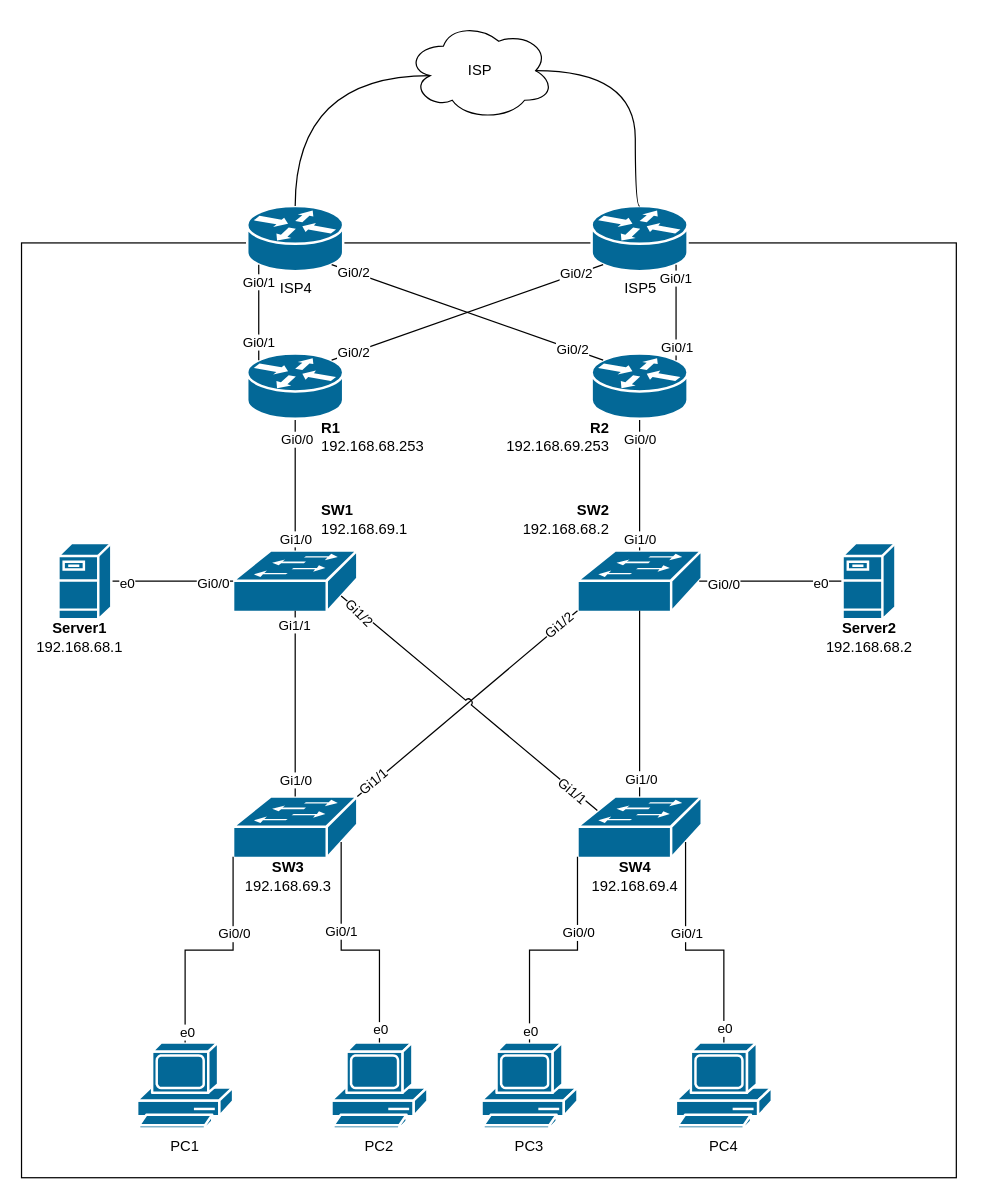
hubert-nitka/monitoring-dashboard keeps this draw.io diagram as page "Site1" (3 of 6) of network-documentation/network-diagram.drawio. Above is the earlier version. Source tidied: cells renumbered, new cells numbered last; positions are measured from the earlier drawing's top-left corner, leaving out a move shared by most shapes. Both pictures are drawn from the tidied source at 123%, with x=0, y=0 at pixel (21, 21).
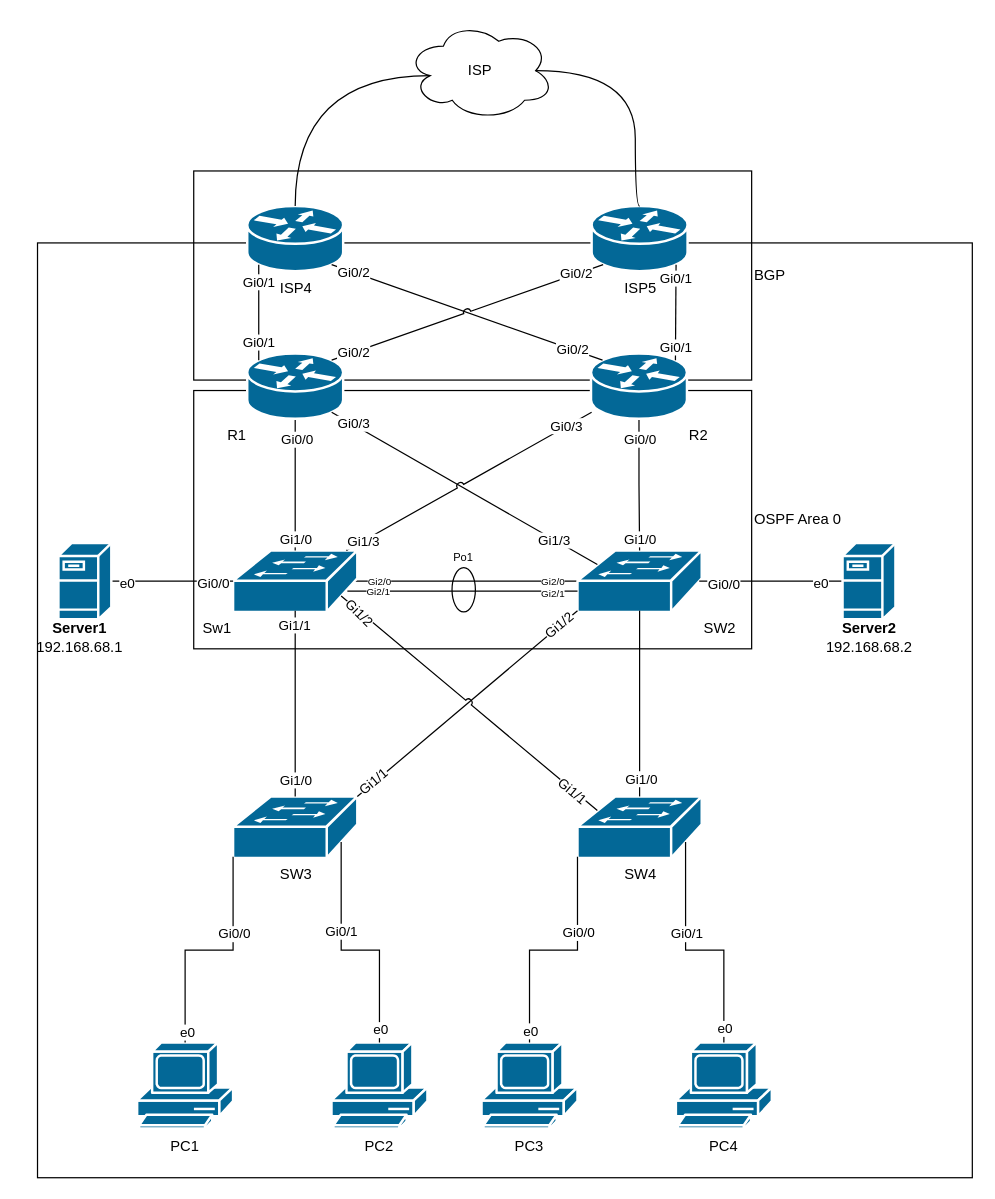
The same page after the edit.

The change refers to these unchanged cells:
```xml
<mxCell id="63" value="ISP5" style="strokeColor=#ffffff;sketch=0;html=1;dashed=0;fillColor=#036897;strokeWidth=2;verticalLabelPosition=bottom;verticalAlign=top;align=center;outlineConnect=0;shape=mxgraph.cisco.routers.router;" parent="1" vertex="1">
  <mxGeometry x="463.5" y="150" width="78" height="53" as="geometry" />
</mxCell>
```

What changed in the source:
```diff
@@
+    <mxCell id="80" value="OSPF Area 0" style="whiteSpace=wrap;html=1;labelPosition=right;verticalLabelPosition=middle;align=left;verticalAlign=middle;fillColor=light-dark(#FFFFFF,#006600);" parent="1" vertex="1">
+      <mxGeometry x="140" y="300" width="453.6" height="210" as="geometry" />
+    </mxCell>
+    <mxCell id="81" value="BGP" style="whiteSpace=wrap;html=1;fillColor=light-dark(#FFFFFF,#003366);labelPosition=right;verticalLabelPosition=middle;align=left;verticalAlign=middle;" parent="1" vertex="1">
+      <mxGeometry x="140" y="121.5" width="453.6" height="170" as="geometry" />
+    </mxCell>
     <mxCell id="2" style="rounded=0;whiteSpace=wrap;html=1;fillColor=none;strokeColor=light-dark(#000000,#00FFFF);" parent="1" vertex="1">
-      <mxGeometry y="180" width="760" height="760" as="geometry" />
+      <mxGeometry x="13" y="180" width="760" height="760" as="geometry" />
     </mxCell>
+    <mxCell id="82" value="Po1" style="ellipse;whiteSpace=wrap;html=1;fillColor=none;labelPosition=center;verticalLabelPosition=top;align=center;verticalAlign=bottom;fontSize=9;" parent="1" vertex="1">
+      <mxGeometry x="350" y="444" width="19" height="36" as="geometry" />
+    </mxCell>
+    <mxCell id="83" style="edgeStyle=orthogonalEdgeStyle;rounded=0;jettySize=auto;html=1;exitX=0.98;exitY=0.5;exitDx=0;exitDy=0;exitPerimeter=0;endArrow=none;endFill=0;" parent="1" edge="1" source="3" target="8">
+      <mxGeometry relative="1" as="geometry" />
+    </mxCell>
+    <mxCell id="84" value="Gi2/0" style="edgeLabel;html=1;align=center;verticalAlign=middle;fontSize=8;" parent="83" vertex="1">
+      <mxGeometry x="-0.88" relative="1" as="geometry">
+        <mxPoint x="9" as="offset" />
+      </mxGeometry>
+    </mxCell>
+    <mxCell id="85" value="Gi2/0" style="edgeLabel;html=1;align=center;verticalAlign=middle;fontSize=8;" parent="83" vertex="1">
+      <mxGeometry x="0.78" relative="1" as="geometry" />
+    </mxCell>
-    <mxCell id="3" style="strokeColor=#ffffff;sketch=0;html=1;dashed=0;fillColor=#036897;strokeWidth=2;verticalLabelPosition=bottom;verticalAlign=top;align=center;outlineConnect=0;shape=mxgraph.cisco.switches.workgroup_switch;" parent="1" vertex="1">
+    <mxCell id="3" value="Sw1" style="strokeColor=#ffffff;sketch=0;html=1;dashed=0;fillColor=#036897;strokeWidth=2;verticalLabelPosition=bottom;verticalAlign=top;align=right;outlineConnect=0;shape=mxgraph.cisco.switches.workgroup_switch;labelPosition=left;points=[[0,0.5,0,0,0],[0,0.98,0,0,0],[0.16,0.23,0,0,0],[0.5,0,0,0,0],[0.5,0.98,0,0,0],[0.87,0.74,0,0,0],[0.92,0.66,0,0,0],[0.98,0.5,0,0,0],[1,0,0,0,0]];" parent="1" vertex="1">
       <mxGeometry x="172" y="430" width="101" height="50" as="geometry" />
     </mxCell>
@@
-    <mxCell id="8" style="strokeColor=#ffffff;sketch=0;html=1;dashed=0;fillColor=#036897;strokeWidth=2;verticalLabelPosition=bottom;verticalAlign=top;align=center;outlineConnect=0;shape=mxgraph.cisco.switches.workgroup_switch;" parent="1" vertex="1">
+    <mxCell id="8" value="SW2" style="strokeColor=#ffffff;sketch=0;html=1;dashed=0;fillColor=#036897;strokeWidth=2;verticalLabelPosition=bottom;verticalAlign=top;align=left;outlineConnect=0;shape=mxgraph.cisco.switches.workgroup_switch;labelPosition=right;points=[[0,0.5,0,0,0],[0,0.66,0,0,0],[0,0.98,0,0,0],[0.16,0.23,0,0,0],[0.5,0,0,0,0],[0.5,0.98,0,0,0],[0.87,0.74,0,0,0],[0.98,0.5,0,0,0],[1,0,0,0,0]];" parent="1" vertex="1">
       <mxGeometry x="452" y="430" width="101" height="50" as="geometry" />
     </mxCell>
-    <mxCell id="9" style="strokeColor=#ffffff;sketch=0;html=1;dashed=0;fillColor=#036897;strokeWidth=2;verticalLabelPosition=bottom;verticalAlign=top;align=center;outlineConnect=0;shape=mxgraph.cisco.switches.workgroup_switch;" parent="1" vertex="1">
+    <mxCell id="9" value="SW3" style="strokeColor=#ffffff;sketch=0;html=1;dashed=0;fillColor=#036897;strokeWidth=2;verticalLabelPosition=bottom;verticalAlign=top;align=center;outlineConnect=0;shape=mxgraph.cisco.switches.workgroup_switch;" parent="1" vertex="1">
       <mxGeometry x="172" y="630" width="101" height="50" as="geometry" />
     </mxCell>
-    <mxCell id="10" style="strokeColor=#ffffff;sketch=0;html=1;dashed=0;fillColor=#036897;strokeWidth=2;verticalLabelPosition=bottom;verticalAlign=top;align=center;outlineConnect=0;shape=mxgraph.cisco.switches.workgroup_switch;" parent="1" vertex="1">
+    <mxCell id="10" value="SW4" style="strokeColor=#ffffff;sketch=0;html=1;dashed=0;fillColor=#036897;strokeWidth=2;verticalLabelPosition=bottom;verticalAlign=top;align=center;outlineConnect=0;shape=mxgraph.cisco.switches.workgroup_switch;" parent="1" vertex="1">
       <mxGeometry x="452" y="630" width="101" height="50" as="geometry" />
     </mxCell>
@@
-    <mxCell id="47" style="strokeColor=#ffffff;sketch=0;html=1;dashed=0;fillColor=#036897;strokeWidth=2;verticalLabelPosition=bottom;verticalAlign=top;align=center;outlineConnect=0;shape=mxgraph.cisco.routers.router;" parent="1" vertex="1">
+    <mxCell id="47" value="R1" style="strokeColor=#ffffff;sketch=0;html=1;dashed=0;fillColor=#036897;strokeWidth=2;verticalLabelPosition=bottom;verticalAlign=top;align=right;outlineConnect=0;shape=mxgraph.cisco.routers.router;labelPosition=left;" parent="1" vertex="1">
       <mxGeometry x="183.5" y="270" width="78" height="53" as="geometry" />
     </mxCell>
-    <mxCell id="48" style="strokeColor=#ffffff;sketch=0;html=1;dashed=0;fillColor=#036897;strokeWidth=2;verticalLabelPosition=bottom;verticalAlign=top;align=center;outlineConnect=0;shape=mxgraph.cisco.routers.router;" parent="1" vertex="1">
-      <mxGeometry x="463.5" y="270" width="78" height="53" as="geometry" />
+    <mxCell id="48" value="R2" style="strokeColor=#ffffff;sketch=0;html=1;dashed=0;fillColor=#036897;strokeWidth=2;verticalLabelPosition=bottom;verticalAlign=top;align=left;outlineConnect=0;shape=mxgraph.cisco.routers.router;labelPosition=right;" parent="1" vertex="1">
+      <mxGeometry x="463" y="270" width="78" height="53" as="geometry" />
     </mxCell>
@@
-    <mxCell id="51" value="&lt;b&gt;R1&lt;/b&gt;&lt;div&gt;192.168.68.253&lt;/div&gt;" style="text;html=1;whiteSpace=wrap;strokeColor=none;fillColor=none;align=left;verticalAlign=middle;rounded=0;" parent="1" vertex="1">
-      <mxGeometry x="241.5" y="323" width="99" height="30" as="geometry" />
-    </mxCell>
-    <mxCell id="52" value="&lt;div style=&quot;&quot;&gt;&lt;b style=&quot;background-color: transparent; color: light-dark(rgb(0, 0, 0), rgb(255, 255, 255));&quot;&gt;R2&lt;/b&gt;&lt;/div&gt;&lt;div style=&quot;&quot;&gt;192.168.69.253&lt;/div&gt;" style="text;html=1;whiteSpace=wrap;strokeColor=none;fillColor=none;align=right;verticalAlign=middle;rounded=0;" parent="1" vertex="1">
-      <mxGeometry x="360" y="323" width="120" height="30" as="geometry" />
-    </mxCell>
-    <mxCell id="53" value="&lt;b&gt;SW1&lt;/b&gt;&lt;div&gt;192.168.69.1&lt;/div&gt;" style="text;html=1;whiteSpace=wrap;strokeColor=none;fillColor=none;align=left;verticalAlign=middle;rounded=0;" parent="1" vertex="1">
-      <mxGeometry x="241.5" y="390" width="40" height="30" as="geometry" />
-    </mxCell>
-    <mxCell id="54" value="&lt;b&gt;SW2&lt;/b&gt;&lt;div&gt;192.168.68.2&lt;/div&gt;" style="text;html=1;whiteSpace=wrap;strokeColor=none;fillColor=none;align=right;verticalAlign=middle;rounded=0;" parent="1" vertex="1">
-      <mxGeometry x="400" y="390" width="80" height="30" as="geometry" />
-    </mxCell>
-    <mxCell id="55" value="&lt;b&gt;SW3&lt;/b&gt;&lt;div&gt;192.168.69.3&lt;/div&gt;" style="text;html=1;whiteSpace=wrap;strokeColor=none;fillColor=none;align=center;verticalAlign=middle;rounded=0;" parent="1" vertex="1">
-      <mxGeometry x="182" y="680" width="70" height="30" as="geometry" />
-    </mxCell>
-    <mxCell id="56" value="&lt;b&gt;SW4&lt;/b&gt;&lt;div&gt;192.168.69.4&lt;/div&gt;" style="text;html=1;whiteSpace=wrap;strokeColor=none;fillColor=none;align=center;verticalAlign=middle;rounded=0;" parent="1" vertex="1">
-      <mxGeometry x="463.5" y="680" width="70" height="30" as="geometry" />
-    </mxCell>
@@
-    <mxCell id="77" style="rounded=0;jettySize=auto;html=1;exitX=0.12;exitY=0.9;exitDx=0;exitDy=0;exitPerimeter=0;entryX=0.88;entryY=0.1;entryDx=0;entryDy=0;entryPerimeter=0;endArrow=none;endFill=0;" parent="1" edge="1" source="63" target="47">
+    <mxCell id="77" style="rounded=0;jettySize=auto;html=1;exitX=0.12;exitY=0.9;exitDx=0;exitDy=0;exitPerimeter=0;entryX=0.88;entryY=0.1;entryDx=0;entryDy=0;entryPerimeter=0;endArrow=none;endFill=0;jumpStyle=arc;" parent="1" edge="1" source="63" target="47">
       <mxGeometry relative="1" as="geometry" />
     </mxCell>
@@
+    <mxCell id="86" style="rounded=0;jettySize=auto;html=1;exitX=0.88;exitY=0.9;exitDx=0;exitDy=0;exitPerimeter=0;entryX=0.16;entryY=0.23;entryDx=0;entryDy=0;entryPerimeter=0;endArrow=none;endFill=0;jumpStyle=arc;" parent="1" edge="1" source="47" target="8">
+      <mxGeometry relative="1" as="geometry" />
+    </mxCell>
+    <mxCell id="87" value="Gi0/3" style="edgeLabel;html=1;align=center;verticalAlign=middle;" parent="86" vertex="1">
+      <mxGeometry x="-0.85" y="1" relative="1" as="geometry" />
+    </mxCell>
+    <mxCell id="88" value="Gi1/3" style="edgeLabel;html=1;align=center;verticalAlign=middle;" parent="86" vertex="1">
+      <mxGeometry x="0.67" relative="1" as="geometry" />
+    </mxCell>
+    <mxCell id="89" style="rounded=0;orthogonalLoop=1;jettySize=auto;html=1;exitX=0.12;exitY=0.9;exitDx=0;exitDy=0;exitPerimeter=0;entryX=1;entryY=0;entryDx=0;entryDy=0;entryPerimeter=0;endArrow=none;endFill=0;jumpStyle=arc;" parent="1" edge="1">
+      <mxGeometry relative="1" as="geometry">
+        <mxPoint x="463.5" y="317.7" as="sourcePoint" />
+        <mxPoint x="264.1" y="430" as="targetPoint" />
+      </mxGeometry>
+    </mxCell>
+    <mxCell id="90" value="Gi0/3" style="edgeLabel;html=1;align=center;verticalAlign=middle;" parent="89" vertex="1">
+      <mxGeometry x="-0.8" y="-1" relative="1" as="geometry" />
+    </mxCell>
+    <mxCell id="91" value="Gi1/3" style="edgeLabel;html=1;align=center;verticalAlign=middle;" parent="89" vertex="1">
+      <mxGeometry x="0.86" relative="1" as="geometry" />
+    </mxCell>
+    <mxCell id="92" style="edgeStyle=orthogonalEdgeStyle;rounded=0;jettySize=auto;html=1;exitX=0.92;exitY=0.66;exitDx=0;exitDy=0;exitPerimeter=0;entryX=0;entryY=0.66;entryDx=0;entryDy=0;entryPerimeter=0;endArrow=none;endFill=0;" parent="1" edge="1" source="3" target="8">
+      <mxGeometry relative="1" as="geometry">
+        <Array as="points">
+          <mxPoint x="310" y="463" />
+          <mxPoint x="310" y="463" />
+        </Array>
+      </mxGeometry>
+    </mxCell>
+    <mxCell id="93" value="Gi2/1" style="edgeLabel;html=1;align=center;verticalAlign=middle;fontSize=8;" parent="92" vertex="1">
+      <mxGeometry x="-0.88" relative="1" as="geometry">
+        <mxPoint x="14" as="offset" />
+      </mxGeometry>
+    </mxCell>
+    <mxCell id="94" value="Gi2/1" style="edgeLabel;html=1;align=center;verticalAlign=middle;fontSize=8;" parent="92" vertex="1">
+      <mxGeometry x="0.79" y="-1" relative="1" as="geometry" />
+    </mxCell>
```
